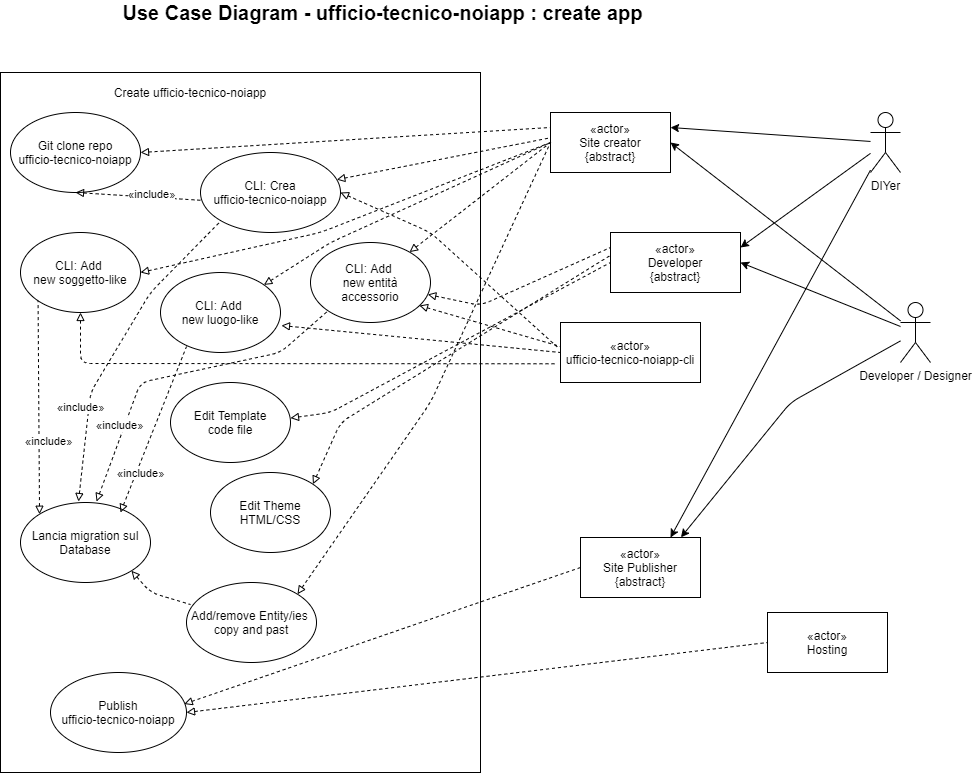
The draw.io diagram Project/Diagrams/UseCases/create-app-UseCaseDiagram.png in Magicianred/UfficioTecnicoGenerico, before a commit. Source tidied: cells renumbered, new cells last; positions are measured from the earlier drawing's top-left corner, leaving out a move shared by most shapes.
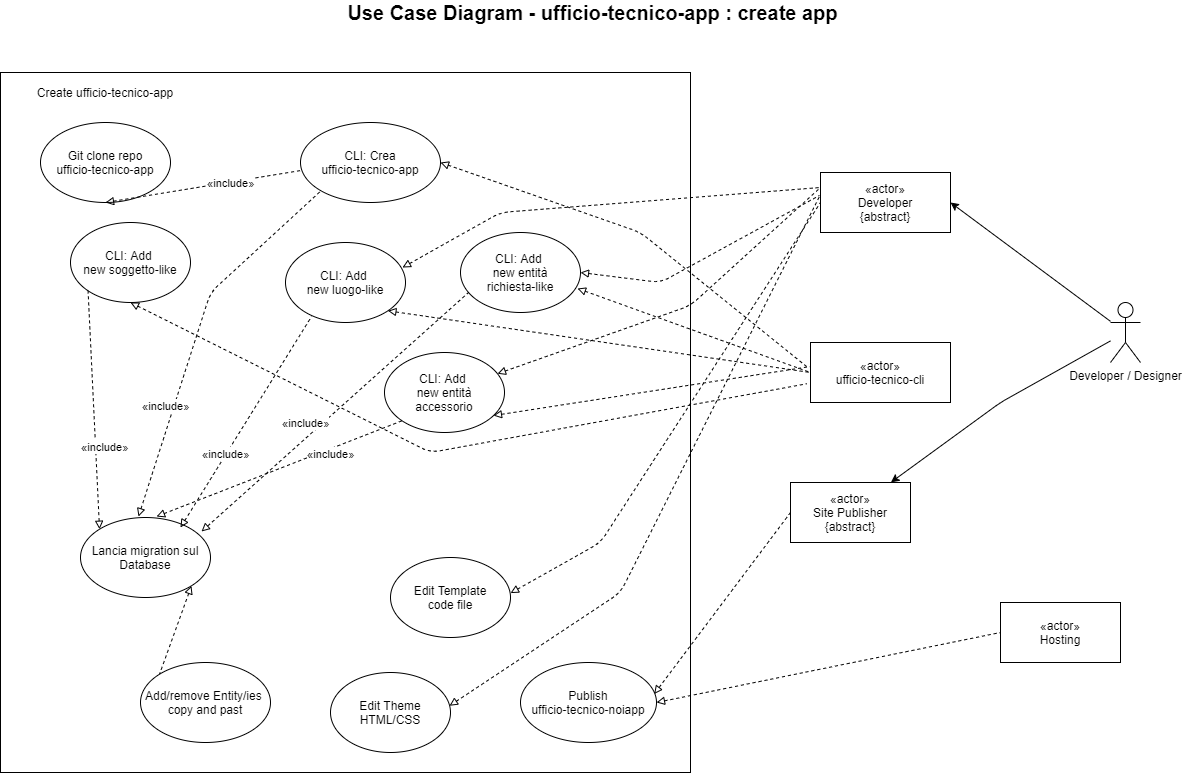
The same file after the commit.

What changed in the source:
```diff
@@ -3,44 +3,26 @@
     <mxCell id="0" />
     <mxCell id="1" parent="0" />
     <mxCell id="2" style="rounded=0;whiteSpace=wrap;html=1;" parent="1" vertex="1">
-      <mxGeometry y="70" width="480" height="700" as="geometry" />
+      <mxGeometry x="-210" y="70" width="690" height="700" as="geometry" />
     </mxCell>
-    <mxCell id="3" value="DIYer" style="shape=umlActor;verticalLabelPosition=bottom;labelBackgroundColor=#ffffff;verticalAlign=top;html=1;outlineConnect=0;" parent="1" vertex="1">
-      <mxGeometry x="870" y="110" width="30" height="60" as="geometry" />
-    </mxCell>
-    <mxCell id="4" value="«actor»&lt;br&gt;Site creator&lt;br&gt;{abstract}" style="rounded=0;whiteSpace=wrap;html=1;" parent="1" vertex="1">
-      <mxGeometry x="550" y="110" width="120" height="60" as="geometry" />
-    </mxCell>
     <mxCell id="5" value="«actor»&lt;br&gt;Hosting" style="rounded=0;whiteSpace=wrap;html=1;" parent="1" vertex="1">
-      <mxGeometry x="767" y="610" width="120" height="60" as="geometry" />
+      <mxGeometry x="790" y="600" width="120" height="60" as="geometry" />
     </mxCell>
-    <mxCell id="6" value="Create ufficio-tecnico-noiapp" style="text;html=1;strokeColor=none;fillColor=none;align=center;verticalAlign=middle;whiteSpace=wrap;rounded=0;" parent="1" vertex="1">
-      <mxGeometry x="100" y="80" width="180" height="20" as="geometry" />
+    <mxCell id="6" value="Create ufficio-tecnico-app" style="text;html=1;strokeColor=none;fillColor=none;align=center;verticalAlign=middle;whiteSpace=wrap;rounded=0;" parent="1" vertex="1">
+      <mxGeometry x="-195" y="80" width="180" height="20" as="geometry" />
     </mxCell>
     <mxCell id="7" value="«actor»&lt;br&gt;Developer&lt;br&gt;{abstract}" style="rounded=0;whiteSpace=wrap;html=1;" parent="1" vertex="1">
-      <mxGeometry x="610" y="230" width="130" height="60" as="geometry" />
+      <mxGeometry x="610" y="170" width="130" height="60" as="geometry" />
     </mxCell>
     <mxCell id="8" value="«actor»&lt;br&gt;Site Publisher&lt;br&gt;{abstract}" style="rounded=0;whiteSpace=wrap;html=1;" parent="1" vertex="1">
-      <mxGeometry x="580" y="535" width="120" height="60" as="geometry" />
+      <mxGeometry x="580" y="480" width="120" height="60" as="geometry" />
     </mxCell>
     <mxCell id="9" value="Publish&lt;br&gt;ufficio-tecnico-noiapp" style="ellipse;whiteSpace=wrap;html=1;" parent="1" vertex="1">
-      <mxGeometry x="50" y="670" width="136" height="80" as="geometry" />
+      <mxGeometry x="310" y="660" width="136" height="80" as="geometry" />
     </mxCell>
-    <mxCell id="10" style="endArrow=classic;html=1;entryX=1;entryY=0.25;entryDx=0;entryDy=0;" parent="1" edge="1" source="3" target="7">
-      <mxGeometry relative="1" as="geometry" />
-    </mxCell>
-    <mxCell id="11" style="endArrow=classic;html=1;entryX=1;entryY=0.25;entryDx=0;entryDy=0;" parent="1" edge="1" source="3" target="4">
-      <mxGeometry relative="1" as="geometry" />
-    </mxCell>
-    <mxCell id="12" style="endArrow=classic;html=1;entryX=0.75;entryY=0;entryDx=0;entryDy=0;" parent="1" edge="1" source="3" target="8">
-      <mxGeometry relative="1" as="geometry" />
-    </mxCell>
     <mxCell id="13" value="Developer / Designer" style="shape=umlActor;verticalLabelPosition=bottom;labelBackgroundColor=#ffffff;verticalAlign=top;html=1;outlineConnect=0;" parent="1" vertex="1">
       <mxGeometry x="900" y="300" width="30" height="60" as="geometry" />
     </mxCell>
-    <mxCell id="14" style="endArrow=classic;html=1;entryX=1;entryY=0.5;entryDx=0;entryDy=0;" parent="1" edge="1" source="13" target="4">
-      <mxGeometry relative="1" as="geometry" />
-    </mxCell>
     <mxCell id="15" style="endArrow=classic;html=1;entryX=1;entryY=0.5;entryDx=0;entryDy=0;" parent="1" edge="1" source="13" target="7">
       <mxGeometry relative="1" as="geometry" />
     </mxCell>
@@ -57,25 +39,22 @@
     <mxCell id="18" style="endArrow=none;dashed=1;html=1;entryX=0;entryY=0.5;entryDx=0;entryDy=0;endFill=0;startArrow=block;startFill=0;exitX=0.983;exitY=0.394;exitDx=0;exitDy=0;exitPerimeter=0;" parent="1" edge="1" source="9" target="8">
       <mxGeometry relative="1" as="geometry" />
     </mxCell>
-    <mxCell id="19" value="Git clone repo&lt;br&gt;ufficio-tecnico-noiapp" style="ellipse;whiteSpace=wrap;html=1;" parent="1" vertex="1">
-      <mxGeometry x="10" y="110" width="130" height="80" as="geometry" />
+    <mxCell id="19" value="Git clone repo&lt;br&gt;ufficio-tecnico-app" style="ellipse;whiteSpace=wrap;html=1;" parent="1" vertex="1">
+      <mxGeometry x="-170" y="120" width="130" height="80" as="geometry" />
     </mxCell>
-    <mxCell id="20" style="endArrow=none;dashed=1;html=1;entryX=0;entryY=0.25;entryDx=0;entryDy=0;endFill=0;startArrow=block;startFill=0;exitX=1;exitY=0.5;exitDx=0;exitDy=0;" parent="1" edge="1" source="19" target="4">
-      <mxGeometry relative="1" as="geometry" />
-    </mxCell>
     <mxCell id="21" value="Edit Template&lt;br&gt;code file" style="ellipse;whiteSpace=wrap;html=1;" parent="1" vertex="1">
-      <mxGeometry x="170" y="380" width="120" height="80" as="geometry" />
+      <mxGeometry x="180" y="555" width="120" height="80" as="geometry" />
     </mxCell>
     <mxCell id="22" value="Edit Theme&lt;br&gt;HTML/CSS" style="ellipse;whiteSpace=wrap;html=1;" parent="1" vertex="1">
-      <mxGeometry x="210" y="470" width="120" height="80" as="geometry" />
+      <mxGeometry x="120" y="670" width="120" height="80" as="geometry" />
     </mxCell>
     <mxCell id="23" value="Add/remove Entity/ies&amp;nbsp;&lt;br&gt;copy and past" style="ellipse;whiteSpace=wrap;html=1;" parent="1" vertex="1">
-      <mxGeometry x="186" y="580" width="130" height="80" as="geometry" />
+      <mxGeometry x="-70" y="660" width="130" height="80" as="geometry" />
     </mxCell>
     <mxCell id="24" style="endArrow=none;dashed=1;html=1;entryX=0;entryY=0.5;entryDx=0;entryDy=0;endFill=0;startArrow=block;startFill=0;exitX=1;exitY=0.445;exitDx=0;exitDy=0;exitPerimeter=0;" parent="1" edge="1" source="21" target="7">
       <mxGeometry relative="1" as="geometry">
         <Array as="points">
-          <mxPoint x="330" y="410" />
+          <mxPoint x="390" y="540" />
         </Array>
       </mxGeometry>
     </mxCell>
@@ -86,61 +65,37 @@
         </Array>
       </mxGeometry>
     </mxCell>
-    <mxCell id="26" style="endArrow=none;dashed=1;html=1;entryX=-0.005;entryY=0.387;entryDx=0;entryDy=0;endFill=0;startArrow=block;startFill=0;exitX=1;exitY=0;exitDx=0;exitDy=0;entryPerimeter=0;" parent="1" edge="1" source="22" target="7">
+    <mxCell id="26" style="endArrow=none;dashed=1;html=1;entryX=-0.005;entryY=0.387;entryDx=0;entryDy=0;endFill=0;startArrow=block;startFill=0;exitX=0.992;exitY=0.416;exitDx=0;exitDy=0;exitPerimeter=0;entryPerimeter=0;" parent="1" edge="1" source="22" target="7">
       <mxGeometry relative="1" as="geometry">
         <Array as="points">
-          <mxPoint x="340" y="420" />
+          <mxPoint x="410" y="590" />
         </Array>
       </mxGeometry>
     </mxCell>
-    <mxCell id="27" style="endArrow=none;dashed=1;html=1;entryX=0;entryY=0.5;entryDx=0;entryDy=0;endFill=0;startArrow=block;startFill=0;exitX=1;exitY=0;exitDx=0;exitDy=0;" parent="1" edge="1" source="23" target="4">
-      <mxGeometry relative="1" as="geometry">
-        <Array as="points">
-          <mxPoint x="430" y="400" />
-        </Array>
-      </mxGeometry>
-    </mxCell>
-    <mxCell id="28" value="&lt;b&gt;&lt;font style=&quot;font-size: 20px&quot;&gt;Use Case Diagram - ufficio-tecnico-noiapp : create app&lt;/font&gt;&lt;/b&gt;" style="text;html=1;strokeColor=none;fillColor=none;align=center;verticalAlign=middle;whiteSpace=wrap;rounded=0;" parent="1" vertex="1">
+    <mxCell id="28" value="&lt;b&gt;&lt;font style=&quot;font-size: 20px&quot;&gt;Use Case Diagram - ufficio-tecnico-app : create app&lt;/font&gt;&lt;/b&gt;" style="text;html=1;strokeColor=none;fillColor=none;align=center;verticalAlign=middle;whiteSpace=wrap;rounded=0;" parent="1" vertex="1">
       <mxGeometry x="95" width="575" height="20" as="geometry" />
     </mxCell>
     <mxCell id="29" value="CLI: Add&amp;nbsp;&lt;br&gt;new luogo-like" style="ellipse;whiteSpace=wrap;html=1;" parent="1" vertex="1">
-      <mxGeometry x="160" y="270" width="120" height="80" as="geometry" />
+      <mxGeometry x="75" y="240" width="120" height="80" as="geometry" />
     </mxCell>
     <mxCell id="30" value="CLI: Add &lt;br&gt;new soggetto-like" style="ellipse;whiteSpace=wrap;html=1;" parent="1" vertex="1">
-      <mxGeometry x="20" y="230" width="120" height="80" as="geometry" />
+      <mxGeometry x="-140" y="220" width="120" height="80" as="geometry" />
     </mxCell>
-    <mxCell id="31" value="CLI: Crea&lt;br&gt;ufficio-tecnico-noiapp" style="ellipse;whiteSpace=wrap;html=1;" parent="1" vertex="1">
-      <mxGeometry x="200" y="150" width="140" height="80" as="geometry" />
+    <mxCell id="31" value="CLI: Crea&lt;br&gt;ufficio-tecnico-app" style="ellipse;whiteSpace=wrap;html=1;" parent="1" vertex="1">
+      <mxGeometry x="90" y="120" width="140" height="80" as="geometry" />
     </mxCell>
-    <mxCell id="32" style="endArrow=none;dashed=1;html=1;entryX=-0.012;entryY=0.426;entryDx=0;entryDy=0;endFill=0;startArrow=block;startFill=0;entryPerimeter=0;" parent="1" edge="1" source="31" target="4">
-      <mxGeometry relative="1" as="geometry" />
-    </mxCell>
-    <mxCell id="33" style="endArrow=none;dashed=1;html=1;endFill=0;startArrow=block;startFill=0;exitX=1;exitY=0.5;exitDx=0;exitDy=0;entryX=0;entryY=0.5;entryDx=0;entryDy=0;" parent="1" edge="1" source="30" target="4">
-      <mxGeometry relative="1" as="geometry">
-        <Array as="points">
-          <mxPoint x="320" y="230" />
-        </Array>
-      </mxGeometry>
-    </mxCell>
-    <mxCell id="34" style="endArrow=none;dashed=1;html=1;endFill=0;startArrow=block;startFill=0;entryX=0;entryY=0.5;entryDx=0;entryDy=0;" parent="1" edge="1" source="29" target="4">
-      <mxGeometry relative="1" as="geometry">
-        <Array as="points">
-          <mxPoint x="330" y="240" />
-        </Array>
-      </mxGeometry>
-    </mxCell>
     <mxCell id="35" style="endArrow=none;dashed=1;html=1;entryX=0.01;entryY=0.598;entryDx=0;entryDy=0;endFill=0;startArrow=block;startFill=0;exitX=0.5;exitY=1;exitDx=0;exitDy=0;entryPerimeter=0;" parent="1" edge="1" source="19" target="31">
       <mxGeometry relative="1" as="geometry" />
     </mxCell>
     <mxCell id="36" value="&lt;span style=&quot;font-size: 12px&quot;&gt;«&lt;/span&gt;include»" style="edgeLabel;html=1;align=center;verticalAlign=middle;" parent="35" vertex="1">
       <mxGeometry x="-0.26" y="1" relative="1" as="geometry">
-        <mxPoint x="28" y="-1.9" as="offset" />
+        <mxPoint x="52.1" y="-7.1" as="offset" />
       </mxGeometry>
     </mxCell>
-    <mxCell id="37" value="«actor»&lt;br&gt;ufficio-tecnico-noiapp-cli" style="rounded=0;whiteSpace=wrap;html=1;" parent="1" vertex="1">
-      <mxGeometry x="560" y="320" width="140" height="60" as="geometry" />
+    <mxCell id="37" value="«actor»&lt;br&gt;ufficio-tecnico-cli" style="rounded=0;whiteSpace=wrap;html=1;" parent="1" vertex="1">
+      <mxGeometry x="600" y="340" width="140" height="60" as="geometry" />
     </mxCell>
-    <mxCell id="38" style="endArrow=none;dashed=1;html=1;entryX=0;entryY=0.5;entryDx=0;entryDy=0;exitX=1.008;exitY=0.663;exitDx=0;exitDy=0;endFill=0;startArrow=block;startFill=0;exitPerimeter=0;" parent="1" edge="1" source="29" target="37">
+    <mxCell id="38" style="endArrow=none;dashed=1;html=1;entryX=0;entryY=0.5;entryDx=0;entryDy=0;exitX=1;exitY=1;exitDx=0;exitDy=0;endFill=0;startArrow=block;startFill=0;" parent="1" edge="1" source="29" target="37">
       <mxGeometry relative="1" as="geometry" />
     </mxCell>
     <mxCell id="39" style="endArrow=none;dashed=1;html=1;entryX=-0.017;entryY=0.421;entryDx=0;entryDy=0;exitX=1;exitY=0.5;exitDx=0;exitDy=0;endFill=0;startArrow=block;startFill=0;entryPerimeter=0;" parent="1" edge="1" source="31" target="37">
@@ -153,27 +108,23 @@
     <mxCell id="40" style="endArrow=none;dashed=1;html=1;entryX=-0.026;entryY=0.688;entryDx=0;entryDy=0;exitX=0.5;exitY=1;exitDx=0;exitDy=0;endFill=0;startArrow=block;startFill=0;entryPerimeter=0;" parent="1" edge="1" source="30" target="37">
       <mxGeometry relative="1" as="geometry">
         <Array as="points">
-          <mxPoint x="80" y="361" />
+          <mxPoint x="220" y="450" />
         </Array>
       </mxGeometry>
     </mxCell>
     <mxCell id="41" value="CLI: Add&amp;nbsp;&lt;br&gt;new entità&lt;br&gt;accessorio" style="ellipse;whiteSpace=wrap;html=1;" parent="1" vertex="1">
-      <mxGeometry x="310" y="240" width="120" height="80" as="geometry" />
+      <mxGeometry x="174" y="350" width="120" height="80" as="geometry" />
     </mxCell>
-    <mxCell id="42" style="endArrow=none;dashed=1;html=1;entryX=0;entryY=0.5;entryDx=0;entryDy=0;endFill=0;startArrow=block;startFill=0;" parent="1" edge="1" source="41" target="4">
-      <mxGeometry relative="1" as="geometry" />
-    </mxCell>
     <mxCell id="43" style="endArrow=none;dashed=1;html=1;entryX=0;entryY=0.4;entryDx=0;entryDy=0;exitX=0.908;exitY=0.788;exitDx=0;exitDy=0;endFill=0;startArrow=block;startFill=0;entryPerimeter=0;exitPerimeter=0;" parent="1" edge="1" source="41" target="37">
       <mxGeometry relative="1" as="geometry" />
     </mxCell>
     <mxCell id="44" value="Lancia migration sul&lt;br&gt;Database" style="ellipse;whiteSpace=wrap;html=1;" parent="1" vertex="1">
-      <mxGeometry x="20" y="500" width="130" height="80" as="geometry" />
+      <mxGeometry x="-130" y="515" width="130" height="80" as="geometry" />
     </mxCell>
     <mxCell id="45" style="endArrow=none;dashed=1;html=1;entryX=0;entryY=1;entryDx=0;entryDy=0;endFill=0;startArrow=block;startFill=0;exitX=0.446;exitY=-0.012;exitDx=0;exitDy=0;exitPerimeter=0;" parent="1" edge="1" source="44" target="31">
       <mxGeometry relative="1" as="geometry">
         <Array as="points">
-          <mxPoint x="90" y="390" />
-          <mxPoint x="150" y="290" />
+          <mxPoint y="290" />
         </Array>
       </mxGeometry>
     </mxCell>
@@ -183,16 +134,11 @@
       </mxGeometry>
     </mxCell>
     <mxCell id="47" style="endArrow=none;dashed=1;html=1;entryX=0;entryY=1;entryDx=0;entryDy=0;endFill=0;startArrow=block;startFill=0;exitX=0.585;exitY=-0.012;exitDx=0;exitDy=0;exitPerimeter=0;" parent="1" edge="1" source="44" target="41">
-      <mxGeometry relative="1" as="geometry">
-        <Array as="points">
-          <mxPoint x="140" y="380" />
-          <mxPoint x="280" y="350" />
-        </Array>
-      </mxGeometry>
+      <mxGeometry relative="1" as="geometry" />
     </mxCell>
     <mxCell id="48" value="&lt;span style=&quot;font-size: 12px&quot;&gt;«&lt;/span&gt;include»" style="edgeLabel;html=1;align=center;verticalAlign=middle;" parent="47" vertex="1">
       <mxGeometry x="-0.26" y="1" relative="1" as="geometry">
-        <mxPoint x="-19.7" y="38.1" as="offset" />
+        <mxPoint x="83.9" y="-27.9" as="offset" />
       </mxGeometry>
     </mxCell>
     <mxCell id="49" style="endArrow=none;dashed=1;html=1;entryX=0.217;entryY=0.925;entryDx=0;entryDy=0;endFill=0;startArrow=block;startFill=0;exitX=0.769;exitY=0.125;exitDx=0;exitDy=0;entryPerimeter=0;exitPerimeter=0;" parent="1" edge="1" source="44" target="29">
@@ -200,7 +146,7 @@
     </mxCell>
     <mxCell id="50" value="&lt;span style=&quot;font-size: 12px&quot;&gt;«&lt;/span&gt;include»" style="edgeLabel;html=1;align=center;verticalAlign=middle;" parent="49" vertex="1">
       <mxGeometry x="-0.26" y="1" relative="1" as="geometry">
-        <mxPoint x="-3.5" y="21.7" as="offset" />
+        <mxPoint x="-3.5" y="3.7" as="offset" />
       </mxGeometry>
     </mxCell>
     <mxCell id="51" style="endArrow=none;dashed=1;html=1;entryX=0;entryY=1;entryDx=0;entryDy=0;endFill=0;startArrow=block;startFill=0;exitX=0;exitY=0;exitDx=0;exitDy=0;" parent="1" edge="1" source="44" target="30">
@@ -211,12 +157,36 @@
         <mxPoint x="9.7" y="4.4" as="offset" />
       </mxGeometry>
     </mxCell>
-    <mxCell id="53" style="endArrow=none;dashed=1;html=1;entryX=0.031;entryY=0.275;entryDx=0;entryDy=0;endFill=0;startArrow=block;startFill=0;exitX=1;exitY=1;exitDx=0;exitDy=0;entryPerimeter=0;" parent="1" edge="1" source="44" target="23">
-      <mxGeometry relative="1" as="geometry">
-        <Array as="points">
-          <mxPoint x="150" y="590" />
-        </Array>
-      </mxGeometry>
+    <mxCell id="53" style="endArrow=none;dashed=1;html=1;entryX=0;entryY=0;entryDx=0;entryDy=0;endFill=0;startArrow=block;startFill=0;exitX=1;exitY=1;exitDx=0;exitDy=0;" parent="1" edge="1" source="44" target="23">
+      <mxGeometry relative="1" as="geometry" />
     </mxCell>
+    <mxCell id="54" value="CLI: Add&amp;nbsp;&lt;br&gt;new entità&lt;br&gt;richiesta-like" style="ellipse;whiteSpace=wrap;html=1;" parent="1" vertex="1">
+      <mxGeometry x="250" y="230" width="120" height="80" as="geometry" />
+    </mxCell>
+    <mxCell id="55" style="endArrow=none;dashed=1;html=1;entryX=-0.008;entryY=0.383;entryDx=0;entryDy=0;endFill=0;startArrow=block;startFill=0;entryPerimeter=0;exitX=1;exitY=0.5;exitDx=0;exitDy=0;" parent="1" edge="1" source="54" target="7">
+      <mxGeometry relative="1" as="geometry">
+        <Array as="points">
+          <mxPoint x="450" y="280" />
+        </Array>
+      </mxGeometry>
+    </mxCell>
+    <mxCell id="56" style="endArrow=none;dashed=1;html=1;entryX=0;entryY=0.5;entryDx=0;entryDy=0;endFill=0;startArrow=block;startFill=0;exitX=0.975;exitY=0.7;exitDx=0;exitDy=0;exitPerimeter=0;" parent="1" edge="1" source="54" target="37">
+      <mxGeometry relative="1" as="geometry" />
+    </mxCell>
+    <mxCell id="57" style="endArrow=none;dashed=1;html=1;entryX=0;entryY=0.25;entryDx=0;entryDy=0;endFill=0;startArrow=block;startFill=0;exitX=0.975;exitY=0.313;exitDx=0;exitDy=0;exitPerimeter=0;" parent="1" edge="1" source="29" target="7">
+      <mxGeometry relative="1" as="geometry">
+        <Array as="points">
+          <mxPoint x="290" y="210" />
+        </Array>
+      </mxGeometry>
+    </mxCell>
+    <mxCell id="58" style="endArrow=none;dashed=1;html=1;entryX=0.067;entryY=0.75;entryDx=0;entryDy=0;endFill=0;startArrow=block;startFill=0;entryPerimeter=0;exitX=0.931;exitY=0.175;exitDx=0;exitDy=0;exitPerimeter=0;" parent="1" edge="1" source="44" target="54">
+      <mxGeometry relative="1" as="geometry" />
+    </mxCell>
+    <mxCell id="59" value="&lt;span style=&quot;font-size: 12px&quot;&gt;«&lt;/span&gt;include»" style="edgeLabel;html=1;align=center;verticalAlign=middle;" parent="58" vertex="1">
+      <mxGeometry x="-0.26" y="1" relative="1" as="geometry">
+        <mxPoint x="6.3" y="-20.2" as="offset" />
+      </mxGeometry>
+    </mxCell>
   </root>
 </mxGraphModel>
```
